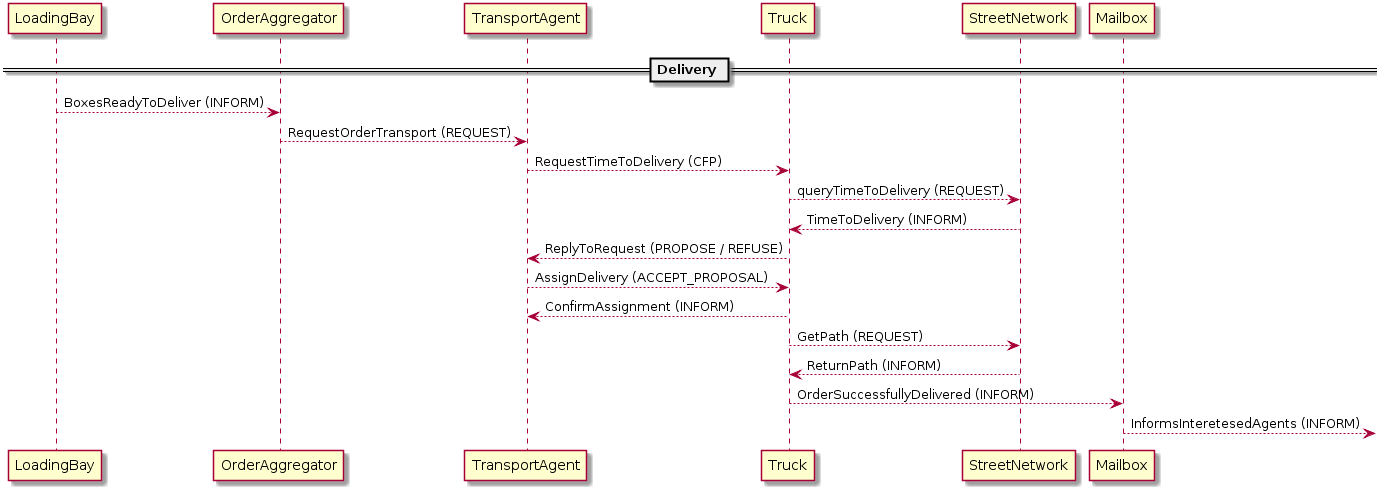
Before: docs/Architecture/Architecture_Delivery.png, a diagram exported from PlantUML (HBRS-MAAS/ws18-project-commitment_issues).
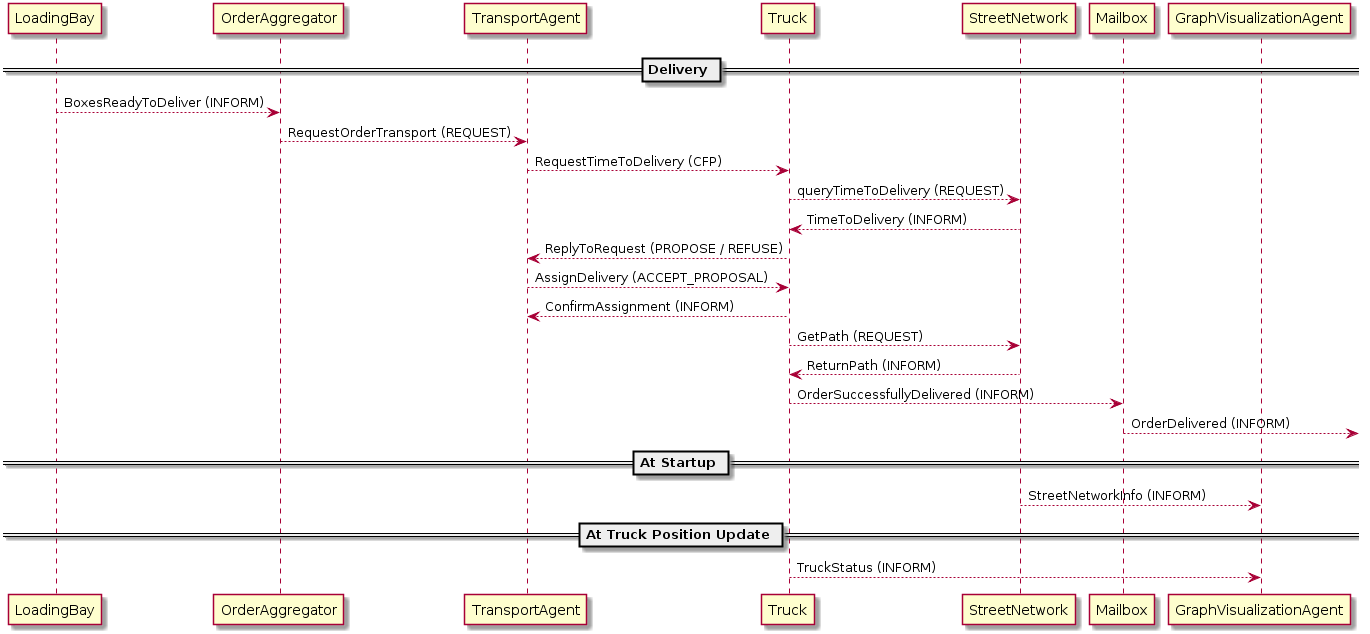
The same diagram one commit later.

Commit message:
Update Architecture diagram

The edit, as a diff of the source:
```diff
@@ -19,7 +19,12 @@
 
 Truck --> Mailbox : OrderSuccessfullyDelivered (INFORM)
 
+Mailbox --> : OrderDelivered (INFORM)
 
-Mailbox --> : InformsInteretesedAgents (INFORM)
+== At Startup ==
+StreetNetwork --> GraphVisualizationAgent : StreetNetworkInfo (INFORM)
+
+== At Truck Position Update ==
+Truck --> GraphVisualizationAgent : TruckStatus (INFORM)
 
 @enduml
```
